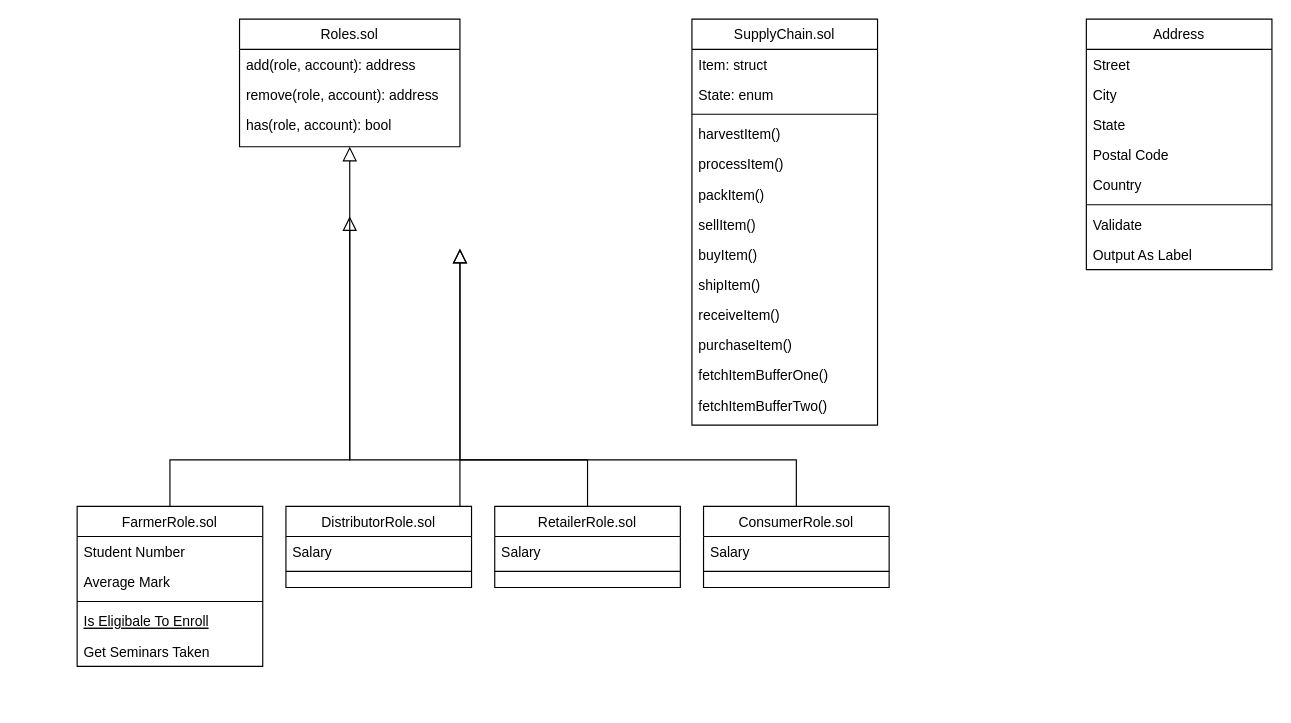
Earlier version of the draw.io diagram Fair_Trade_Coffe_Supply_Chain/project-6/FTC_UML-class-diagram.drawio (PaWeRe/Udacity-Blockchain-Nanodegree). Source tidied: cells renumbered, new cells numbered last; positions are measured from the earlier drawing's top-left corner, leaving out a move shared by most shapes. Both pictures are drawn from the tidied source at 116%, with x=0, y=0 at pixel (77, 19).
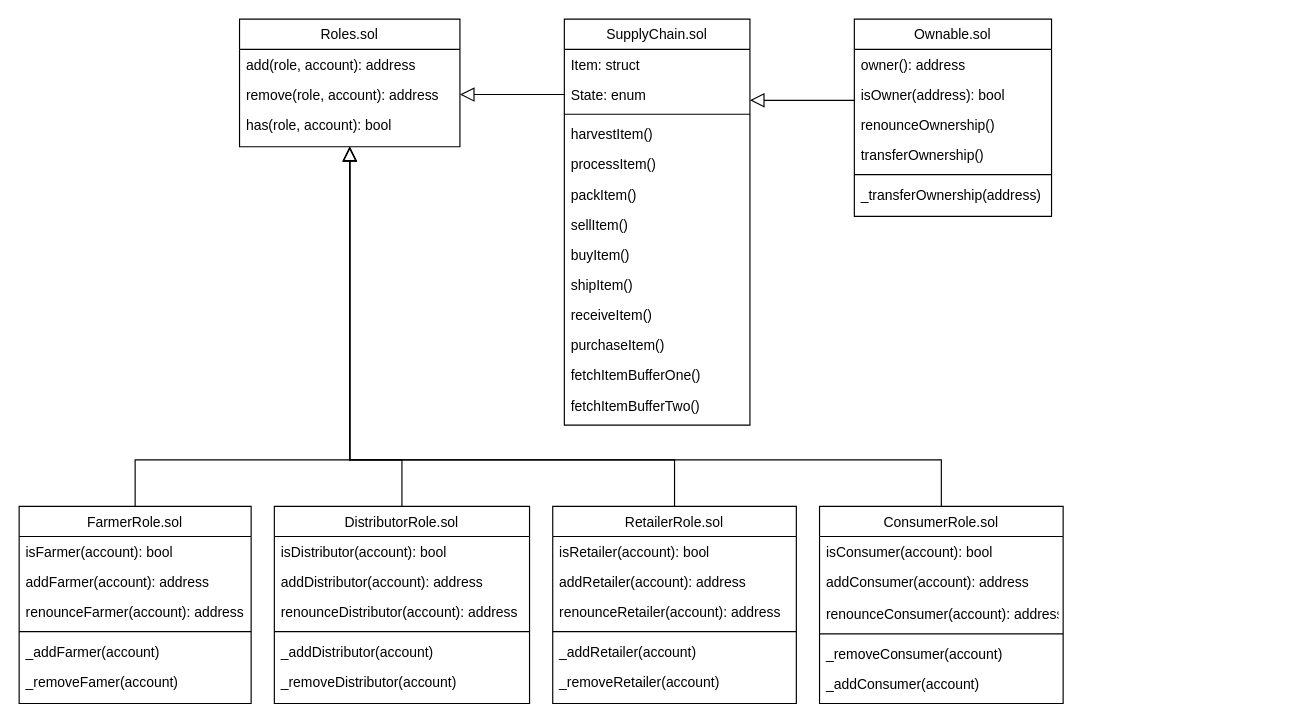
After the change.

The change refers to these unchanged cells:
```xml
<mxCell id="21" value="Roles.sol" style="swimlane;fontStyle=0;align=center;verticalAlign=top;horizontal=1;startSize=26;rounded=0;shadow=0;strokeWidth=1;" parent="1" vertex="1">
  <mxGeometry x="140" width="190" height="110" as="geometry" />
</mxCell>
<mxCell id="23" value="remove(role, account): address" style="text;align=left;verticalAlign=top;spacingLeft=4;spacingRight=4;overflow=hidden;points=[[0,0.5],[1,0.5]];portConstraint=eastwest;rounded=0;shadow=0;html=0;" parent="21" vertex="1">
  <mxGeometry y="52" width="190" height="26" as="geometry" />
</mxCell>
```

What changed in the source:
```diff
@@
-    <mxCell id="2" style="endArrow=block;endSize=10;endFill=0;shadow=0;strokeWidth=1;rounded=0;edgeStyle=elbowEdgeStyle;elbow=vertical;" parent="1" edge="1" source="6">
+    <mxCell id="2" style="endArrow=block;endSize=10;endFill=0;shadow=0;strokeWidth=1;rounded=0;edgeStyle=elbowEdgeStyle;elbow=vertical;entryX=0.5;entryY=1;entryDx=0;entryDy=0;" parent="1" edge="1" source="6" target="21">
       <mxGeometry relative="1" as="geometry">
-        <mxPoint x="235" y="170" as="targetPoint" />
         <Array as="points">
           <mxPoint x="220" y="380" />
         </Array>
       </mxGeometry>
     </mxCell>
-    <mxCell id="3" style="endArrow=block;endSize=10;endFill=0;shadow=0;strokeWidth=1;rounded=0;edgeStyle=elbowEdgeStyle;elbow=vertical;" parent="1" edge="1" source="12">
+    <mxCell id="3" style="endArrow=block;endSize=10;endFill=0;shadow=0;strokeWidth=1;rounded=0;edgeStyle=elbowEdgeStyle;elbow=vertical;entryX=0.5;entryY=1;entryDx=0;entryDy=0;exitX=0.5;exitY=0;exitDx=0;exitDy=0;" parent="1" edge="1" source="12" target="21">
       <mxGeometry relative="1" as="geometry">
-        <mxPoint x="330" y="198" as="targetPoint" />
         <Array as="points">
           <mxPoint x="330" y="380" />
         </Array>
       </mxGeometry>
     </mxCell>
-    <mxCell id="4" style="endArrow=block;endSize=10;endFill=0;shadow=0;strokeWidth=1;rounded=0;edgeStyle=elbowEdgeStyle;elbow=vertical;exitX=0.5;exitY=0;exitDx=0;exitDy=0;" parent="1" edge="1" source="15">
+    <mxCell id="4" style="endArrow=block;endSize=10;endFill=0;shadow=0;strokeWidth=1;rounded=0;edgeStyle=elbowEdgeStyle;elbow=vertical;exitX=0.5;exitY=0;exitDx=0;exitDy=0;entryX=0.5;entryY=1;entryDx=0;entryDy=0;" parent="1" edge="1" source="15" target="21">
       <mxGeometry relative="1" as="geometry">
-        <mxPoint x="330" y="198" as="targetPoint" />
         <Array as="points">
           <mxPoint x="330" y="380" />
         </Array>
       </mxGeometry>
     </mxCell>
@@
-    <mxCell id="6" value="FarmerRole.sol" style="swimlane;fontStyle=0;align=center;verticalAlign=top;horizontal=1;startSize=26;rounded=0;shadow=0;strokeWidth=1;" parent="1" vertex="1">
-      <mxGeometry y="420" width="160" height="138" as="geometry" />
-    </mxCell>
-    <mxCell id="7" value="Student Number" style="text;align=left;verticalAlign=top;spacingLeft=4;spacingRight=4;overflow=hidden;" parent="6" vertex="1">
-      <mxGeometry y="26" width="160" height="26" as="geometry" />
-    </mxCell>
-    <mxCell id="8" value="Average Mark" style="text;align=left;verticalAlign=top;spacingLeft=4;spacingRight=4;overflow=hidden;rounded=0;shadow=0;html=0;" parent="6" vertex="1">
-      <mxGeometry y="52" width="160" height="26" as="geometry" />
-    </mxCell>
-    <mxCell id="9" style="line;html=1;strokeWidth=1;align=left;verticalAlign=middle;spacingTop=-1;spacingLeft=3;spacingRight=3;labelPosition=right;" parent="6" vertex="1">
-      <mxGeometry y="78" width="160" height="8" as="geometry" />
-    </mxCell>
-    <mxCell id="10" value="Is Eligibale To Enroll" style="text;align=left;verticalAlign=top;spacingLeft=4;spacingRight=4;overflow=hidden;fontStyle=4;" parent="6" vertex="1">
-      <mxGeometry y="86" width="160" height="26" as="geometry" />
-    </mxCell>
-    <mxCell id="11" value="Get Seminars Taken" style="text;align=left;verticalAlign=top;spacingLeft=4;spacingRight=4;overflow=hidden;" parent="6" vertex="1">
-      <mxGeometry y="112" width="160" height="26" as="geometry" />
-    </mxCell>
-    <mxCell id="12" value="DistributorRole.sol" style="swimlane;fontStyle=0;align=center;verticalAlign=top;horizontal=1;startSize=26;rounded=0;shadow=0;strokeWidth=1;" parent="1" vertex="1">
-      <mxGeometry x="180" y="420" width="160" height="70" as="geometry" />
-    </mxCell>
-    <mxCell id="13" value="Salary" style="text;align=left;verticalAlign=top;spacingLeft=4;spacingRight=4;overflow=hidden;" parent="12" vertex="1">
-      <mxGeometry y="26" width="160" height="26" as="geometry" />
-    </mxCell>
-    <mxCell id="14" style="line;html=1;strokeWidth=1;align=left;verticalAlign=middle;spacingTop=-1;spacingLeft=3;spacingRight=3;labelPosition=right;" parent="12" vertex="1">
-      <mxGeometry y="52" width="160" height="8" as="geometry" />
-    </mxCell>
-    <mxCell id="15" value="RetailerRole.sol" style="swimlane;fontStyle=0;align=center;verticalAlign=top;horizontal=1;startSize=26;rounded=0;shadow=0;strokeWidth=1;" parent="1" vertex="1">
-      <mxGeometry x="360" y="420" width="160" height="70" as="geometry" />
-    </mxCell>
-    <mxCell id="16" value="Salary" style="text;align=left;verticalAlign=top;spacingLeft=4;spacingRight=4;overflow=hidden;" parent="15" vertex="1">
-      <mxGeometry y="26" width="160" height="26" as="geometry" />
-    </mxCell>
-    <mxCell id="17" style="line;html=1;strokeWidth=1;align=left;verticalAlign=middle;spacingTop=-1;spacingLeft=3;spacingRight=3;labelPosition=right;" parent="15" vertex="1">
-      <mxGeometry y="52" width="160" height="8" as="geometry" />
-    </mxCell>
-    <mxCell id="18" value="ConsumerRole.sol" style="swimlane;fontStyle=0;align=center;verticalAlign=top;horizontal=1;startSize=26;rounded=0;shadow=0;strokeWidth=1;" parent="1" vertex="1">
-      <mxGeometry x="540" y="420" width="160" height="70" as="geometry" />
-    </mxCell>
-    <mxCell id="19" value="Salary" style="text;align=left;verticalAlign=top;spacingLeft=4;spacingRight=4;overflow=hidden;" parent="18" vertex="1">
-      <mxGeometry y="26" width="160" height="26" as="geometry" />
-    </mxCell>
-    <mxCell id="20" style="line;html=1;strokeWidth=1;align=left;verticalAlign=middle;spacingTop=-1;spacingLeft=3;spacingRight=3;labelPosition=right;" parent="18" vertex="1">
-      <mxGeometry y="52" width="160" height="8" as="geometry" />
-    </mxCell>
@@
+    <mxCell id="6" value="FarmerRole.sol" style="swimlane;fontStyle=0;align=center;verticalAlign=top;horizontal=1;startSize=26;rounded=0;shadow=0;strokeWidth=1;" parent="1" vertex="1">
+      <mxGeometry x="-50" y="420" width="200" height="170" as="geometry" />
+    </mxCell>
+    <mxCell id="7" value="isFarmer(account): bool" style="text;align=left;verticalAlign=top;spacingLeft=4;spacingRight=4;overflow=hidden;" parent="6" vertex="1">
+      <mxGeometry y="26" width="200" height="26" as="geometry" />
+    </mxCell>
+    <mxCell id="8" value="addFarmer(account): address" style="text;align=left;verticalAlign=top;spacingLeft=4;spacingRight=4;overflow=hidden;rounded=0;shadow=0;html=0;" parent="6" vertex="1">
+      <mxGeometry y="52" width="200" height="26" as="geometry" />
+    </mxCell>
+    <mxCell id="10" value="renounceFarmer(account): address" style="text;align=left;verticalAlign=top;spacingLeft=4;spacingRight=4;overflow=hidden;fontStyle=0;" parent="6" vertex="1">
+      <mxGeometry y="78" width="200" height="26" as="geometry" />
+    </mxCell>
+    <mxCell id="9" style="line;html=1;strokeWidth=1;align=left;verticalAlign=middle;spacingTop=-1;spacingLeft=3;spacingRight=3;labelPosition=right;" parent="6" vertex="1">
+      <mxGeometry y="104" width="200" height="8" as="geometry" />
+    </mxCell>
+    <mxCell id="11" value="_addFarmer(account)" style="text;align=left;verticalAlign=top;spacingLeft=4;spacingRight=4;overflow=hidden;" parent="6" vertex="1">
+      <mxGeometry y="112" width="200" height="26" as="geometry" />
+    </mxCell>
+    <mxCell id="48" value="_removeFamer(account)" style="text;align=left;verticalAlign=top;spacingLeft=4;spacingRight=4;overflow=hidden;" parent="6" vertex="1">
+      <mxGeometry y="138" width="200" height="26" as="geometry" />
+    </mxCell>
+    <mxCell id="12" value="DistributorRole.sol" style="swimlane;fontStyle=0;align=center;verticalAlign=top;horizontal=1;startSize=26;rounded=0;shadow=0;strokeWidth=1;" parent="1" vertex="1">
+      <mxGeometry x="170" y="420" width="220" height="170" as="geometry" />
+    </mxCell>
+    <mxCell id="13" value="isDistributor(account): bool" style="text;align=left;verticalAlign=top;spacingLeft=4;spacingRight=4;overflow=hidden;" parent="12" vertex="1">
+      <mxGeometry y="26" width="220" height="26" as="geometry" />
+    </mxCell>
+    <mxCell id="49" value="addDistributor(account): address" style="text;align=left;verticalAlign=top;spacingLeft=4;spacingRight=4;overflow=hidden;" parent="12" vertex="1">
+      <mxGeometry y="52" width="220" height="26" as="geometry" />
+    </mxCell>
+    <mxCell id="50" value="renounceDistributor(account): address" style="text;align=left;verticalAlign=top;spacingLeft=4;spacingRight=4;overflow=hidden;" parent="12" vertex="1">
+      <mxGeometry y="78" width="220" height="26" as="geometry" />
+    </mxCell>
+    <mxCell id="51" style="line;html=1;strokeWidth=1;align=left;verticalAlign=middle;spacingTop=-1;spacingLeft=3;spacingRight=3;labelPosition=right;" parent="12" vertex="1">
+      <mxGeometry y="104" width="220" height="8" as="geometry" />
+    </mxCell>
+    <mxCell id="52" value="_addDistributor(account)" style="text;align=left;verticalAlign=top;spacingLeft=4;spacingRight=4;overflow=hidden;" parent="12" vertex="1">
+      <mxGeometry y="112" width="220" height="26" as="geometry" />
+    </mxCell>
+    <mxCell id="53" value="_removeDistributor(account)" style="text;align=left;verticalAlign=top;spacingLeft=4;spacingRight=4;overflow=hidden;" parent="12" vertex="1">
+      <mxGeometry y="138" width="220" height="26" as="geometry" />
+    </mxCell>
+    <mxCell id="15" value="RetailerRole.sol" style="swimlane;fontStyle=0;align=center;verticalAlign=top;horizontal=1;startSize=26;rounded=0;shadow=0;strokeWidth=1;" parent="1" vertex="1">
+      <mxGeometry x="410" y="420" width="210" height="170" as="geometry" />
+    </mxCell>
+    <mxCell id="54" value="isRetailer(account): bool" style="text;align=left;verticalAlign=top;spacingLeft=4;spacingRight=4;overflow=hidden;" parent="15" vertex="1">
+      <mxGeometry y="26" width="210" height="26" as="geometry" />
+    </mxCell>
+    <mxCell id="55" value="addRetailer(account): address" style="text;align=left;verticalAlign=top;spacingLeft=4;spacingRight=4;overflow=hidden;" parent="15" vertex="1">
+      <mxGeometry y="52" width="210" height="26" as="geometry" />
+    </mxCell>
+    <mxCell id="56" value="renounceRetailer(account): address" style="text;align=left;verticalAlign=top;spacingLeft=4;spacingRight=4;overflow=hidden;" parent="15" vertex="1">
+      <mxGeometry y="78" width="210" height="26" as="geometry" />
+    </mxCell>
+    <mxCell id="17" style="line;html=1;strokeWidth=1;align=left;verticalAlign=middle;spacingTop=-1;spacingLeft=3;spacingRight=3;labelPosition=right;" parent="15" vertex="1">
+      <mxGeometry y="104" width="210" height="8" as="geometry" />
+    </mxCell>
+    <mxCell id="57" value="_addRetailer(account)" style="text;align=left;verticalAlign=top;spacingLeft=4;spacingRight=4;overflow=hidden;" parent="15" vertex="1">
+      <mxGeometry y="112" width="210" height="26" as="geometry" />
+    </mxCell>
+    <mxCell id="58" value="_removeRetailer(account)" style="text;align=left;verticalAlign=top;spacingLeft=4;spacingRight=4;overflow=hidden;" parent="15" vertex="1">
+      <mxGeometry y="138" width="210" height="26" as="geometry" />
+    </mxCell>
+    <mxCell id="18" value="ConsumerRole.sol" style="swimlane;fontStyle=0;align=center;verticalAlign=top;horizontal=1;startSize=26;rounded=0;shadow=0;strokeWidth=1;" parent="1" vertex="1">
+      <mxGeometry x="640" y="420" width="210" height="170" as="geometry" />
+    </mxCell>
+    <mxCell id="59" value="isConsumer(account): bool" style="text;align=left;verticalAlign=top;spacingLeft=4;spacingRight=4;overflow=hidden;" parent="18" vertex="1">
+      <mxGeometry y="26" width="210" height="26" as="geometry" />
+    </mxCell>
+    <mxCell id="60" value="addConsumer(account): address" style="text;align=left;verticalAlign=top;spacingLeft=4;spacingRight=4;overflow=hidden;" parent="18" vertex="1">
+      <mxGeometry y="52" width="210" height="28" as="geometry" />
+    </mxCell>
+    <mxCell id="61" value="renounceConsumer(account): address" style="text;align=left;verticalAlign=top;spacingLeft=4;spacingRight=4;overflow=hidden;" parent="18" vertex="1">
+      <mxGeometry y="80" width="210" height="26" as="geometry" />
+    </mxCell>
+    <mxCell id="20" style="line;html=1;strokeWidth=1;align=left;verticalAlign=middle;spacingTop=-1;spacingLeft=3;spacingRight=3;labelPosition=right;" parent="18" vertex="1">
+      <mxGeometry y="106" width="210" height="8" as="geometry" />
+    </mxCell>
+    <mxCell id="62" value="_removeConsumer(account)" style="text;align=left;verticalAlign=top;spacingLeft=4;spacingRight=4;overflow=hidden;" parent="18" vertex="1">
+      <mxGeometry y="114" width="210" height="26" as="geometry" />
+    </mxCell>
+    <mxCell id="63" value="_addConsumer(account)" style="text;align=left;verticalAlign=top;spacingLeft=4;spacingRight=4;overflow=hidden;" parent="18" vertex="1">
+      <mxGeometry y="140" width="210" height="26" as="geometry" />
+    </mxCell>
     <mxCell id="25" value="SupplyChain.sol" style="swimlane;fontStyle=0;align=center;verticalAlign=top;horizontal=1;startSize=26;rounded=0;shadow=0;strokeWidth=1;" parent="1" vertex="1">
-      <mxGeometry x="530" width="160" height="350" as="geometry" />
+      <mxGeometry x="420" width="160" height="350" as="geometry" />
     </mxCell>
@@
+    <mxCell id="64" style="endArrow=block;endSize=10;endFill=0;shadow=0;strokeWidth=1;rounded=0;edgeStyle=elbowEdgeStyle;elbow=vertical;entryX=1;entryY=0.5;entryDx=0;entryDy=0;" parent="1" edge="1" source="25" target="23">
+      <mxGeometry relative="1" as="geometry">
+        <Array as="points">
+          <mxPoint x="350" y="65" />
+          <mxPoint x="360" y="65" />
+        </Array>
+      </mxGeometry>
+    </mxCell>
-    <mxCell id="39" value="Address" style="swimlane;fontStyle=0;align=center;verticalAlign=top;horizontal=1;startSize=26;rounded=0;shadow=0;strokeWidth=1;" parent="1" vertex="1">
-      <mxGeometry x="870" width="160" height="216" as="geometry" />
+    <mxCell id="39" value="Ownable.sol" style="swimlane;fontStyle=0;align=center;verticalAlign=top;horizontal=1;startSize=26;rounded=0;shadow=0;strokeWidth=1;" parent="1" vertex="1">
+      <mxGeometry x="670" width="170" height="170" as="geometry" />
     </mxCell>
-    <mxCell id="40" value="Street" style="text;align=left;verticalAlign=top;spacingLeft=4;spacingRight=4;overflow=hidden;" parent="39" vertex="1">
-      <mxGeometry y="26" width="160" height="26" as="geometry" />
+    <mxCell id="40" value="owner(): address" style="text;align=left;verticalAlign=top;spacingLeft=4;spacingRight=4;overflow=hidden;" parent="39" vertex="1">
+      <mxGeometry y="26" width="170" height="26" as="geometry" />
     </mxCell>
-    <mxCell id="41" value="City" style="text;align=left;verticalAlign=top;spacingLeft=4;spacingRight=4;overflow=hidden;rounded=0;shadow=0;html=0;" parent="39" vertex="1">
-      <mxGeometry y="52" width="160" height="26" as="geometry" />
+    <mxCell id="41" value="isOwner(address): bool" style="text;align=left;verticalAlign=top;spacingLeft=4;spacingRight=4;overflow=hidden;rounded=0;shadow=0;html=0;" parent="39" vertex="1">
+      <mxGeometry y="52" width="170" height="26" as="geometry" />
     </mxCell>
-    <mxCell id="42" value="State" style="text;align=left;verticalAlign=top;spacingLeft=4;spacingRight=4;overflow=hidden;rounded=0;shadow=0;html=0;" parent="39" vertex="1">
-      <mxGeometry y="78" width="160" height="26" as="geometry" />
+    <mxCell id="42" value="renounceOwnership()" style="text;align=left;verticalAlign=top;spacingLeft=4;spacingRight=4;overflow=hidden;rounded=0;shadow=0;html=0;" parent="39" vertex="1">
+      <mxGeometry y="78" width="170" height="26" as="geometry" />
     </mxCell>
-    <mxCell id="43" value="Postal Code" style="text;align=left;verticalAlign=top;spacingLeft=4;spacingRight=4;overflow=hidden;rounded=0;shadow=0;html=0;" parent="39" vertex="1">
-      <mxGeometry y="104" width="160" height="26" as="geometry" />
+    <mxCell id="43" value="transferOwnership()" style="text;align=left;verticalAlign=top;spacingLeft=4;spacingRight=4;overflow=hidden;rounded=0;shadow=0;html=0;" parent="39" vertex="1">
+      <mxGeometry y="104" width="170" height="26" as="geometry" />
     </mxCell>
-    <mxCell id="44" value="Country" style="text;align=left;verticalAlign=top;spacingLeft=4;spacingRight=4;overflow=hidden;rounded=0;shadow=0;html=0;" parent="39" vertex="1">
-      <mxGeometry y="130" width="160" height="26" as="geometry" />
-    </mxCell>
     <mxCell id="45" style="line;html=1;strokeWidth=1;align=left;verticalAlign=middle;spacingTop=-1;spacingLeft=3;spacingRight=3;labelPosition=right;" parent="39" vertex="1">
-      <mxGeometry y="156" width="160" height="8" as="geometry" />
+      <mxGeometry y="130" width="170" height="8" as="geometry" />
     </mxCell>
-    <mxCell id="46" value="Validate" style="text;align=left;verticalAlign=top;spacingLeft=4;spacingRight=4;overflow=hidden;" parent="39" vertex="1">
-      <mxGeometry y="164" width="160" height="26" as="geometry" />
+    <mxCell id="46" value="_transferOwnership(address)" style="text;align=left;verticalAlign=top;spacingLeft=4;spacingRight=4;overflow=hidden;" parent="39" vertex="1">
+      <mxGeometry y="138" width="170" height="26" as="geometry" />
     </mxCell>
-    <mxCell id="47" value="Output As Label" style="text;align=left;verticalAlign=top;spacingLeft=4;spacingRight=4;overflow=hidden;" parent="39" vertex="1">
-      <mxGeometry y="190" width="160" height="26" as="geometry" />
-    </mxCell>
+    <mxCell id="65" style="endArrow=block;endSize=10;endFill=0;shadow=0;strokeWidth=1;rounded=0;edgeStyle=elbowEdgeStyle;elbow=vertical;entryX=1;entryY=0.5;entryDx=0;entryDy=0;" parent="1" edge="1">
+      <mxGeometry relative="1" as="geometry">
+        <mxPoint x="670" y="70" as="sourcePoint" />
+        <mxPoint x="580" y="70" as="targetPoint" />
+        <Array as="points">
+          <mxPoint x="610" y="70" />
+        </Array>
+      </mxGeometry>
+    </mxCell>
```
